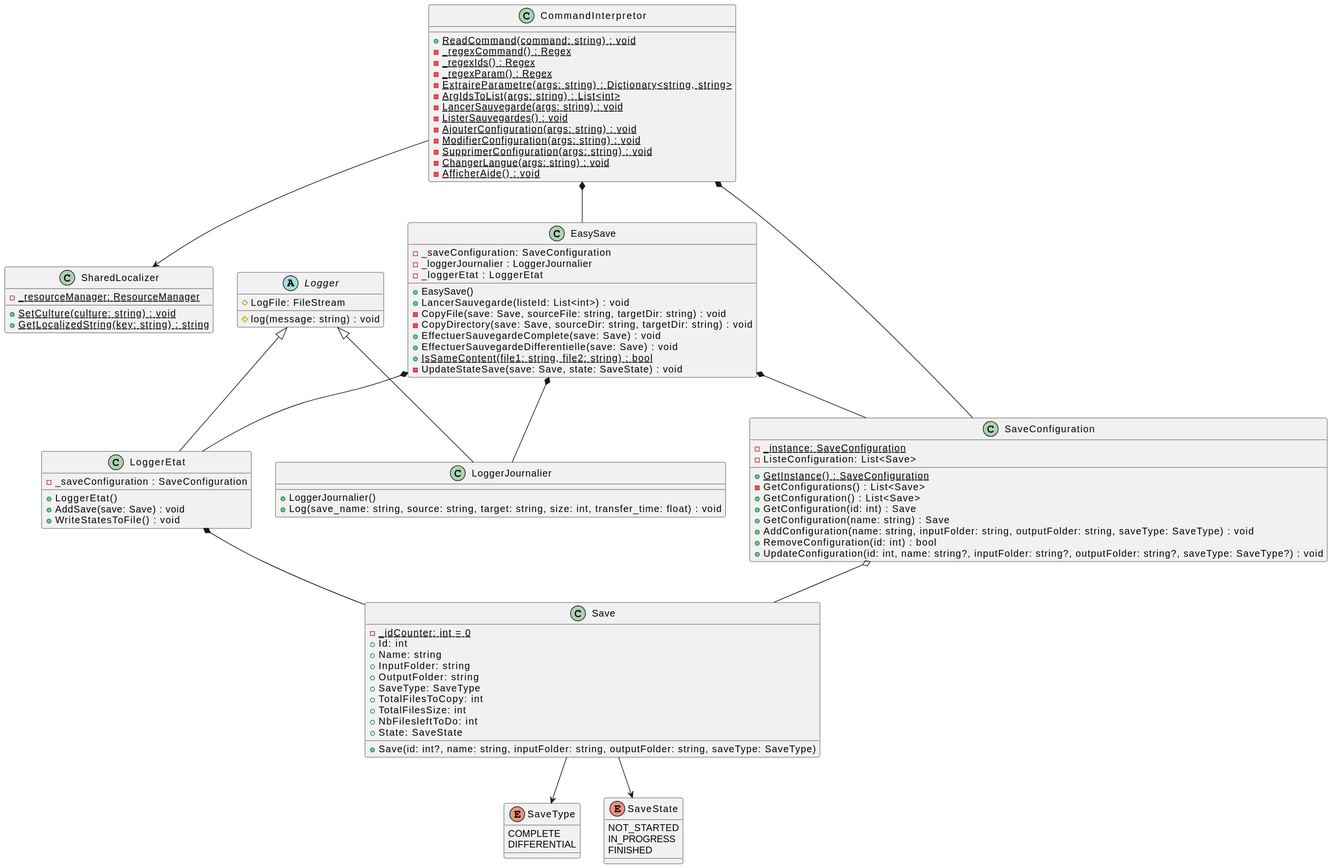
Above: UML/output/ClassDiagram.svg in Melvin-Menanteau/EasySave (PlantUML), before the change.
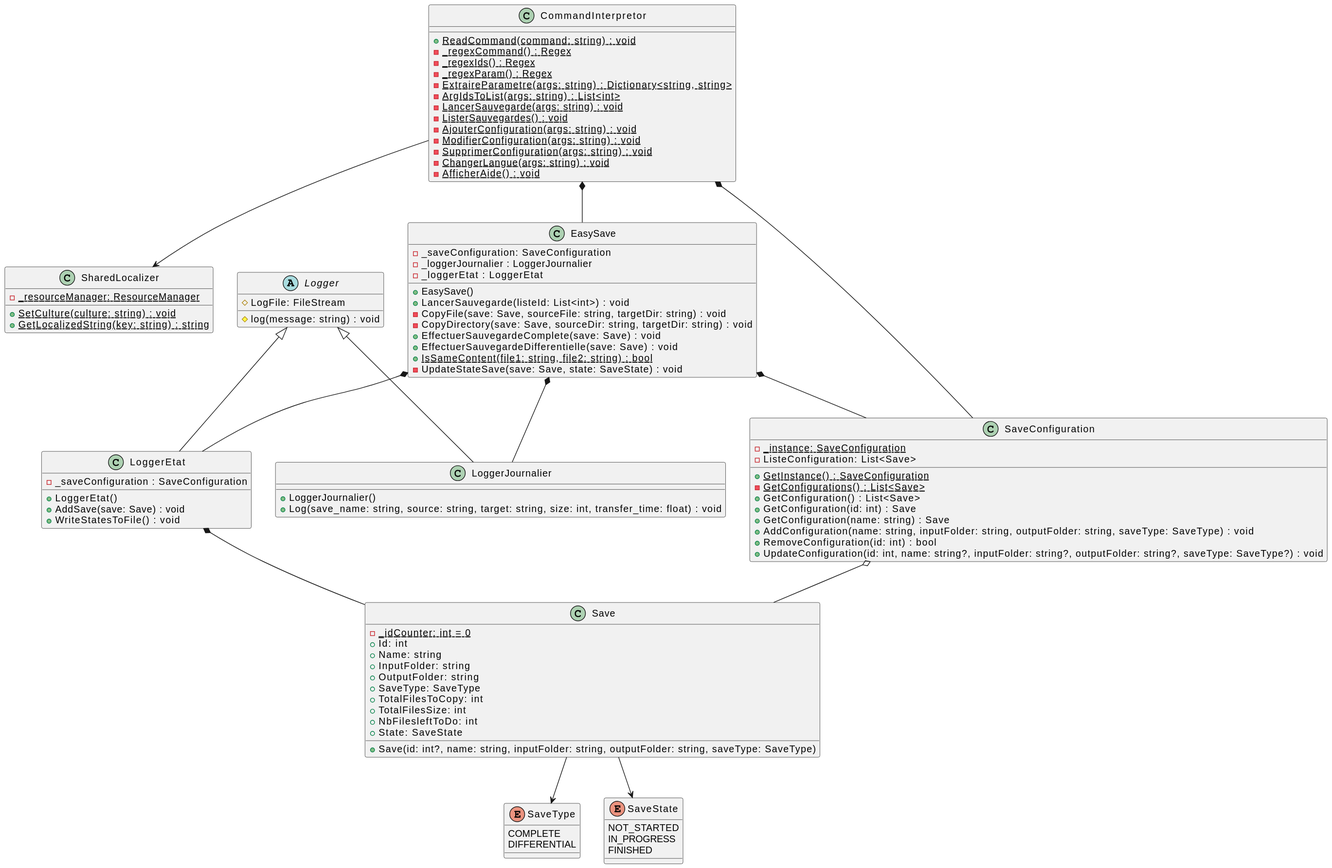
Later version of the same file.

Change to the diagram source:
```diff
@@ -41,7 +41,7 @@
 	{static}-_instance: SaveConfiguration
 	-ListeConfiguration: List<Save>
 	{static}+GetInstance() : SaveConfiguration
-	-GetConfigurations() : List<Save>
+	{static}-GetConfigurations() : List<Save>
 	+GetConfiguration() : List<Save>
 	+GetConfiguration(id: int) : Save
 	+GetConfiguration(name: string) : Save
```
